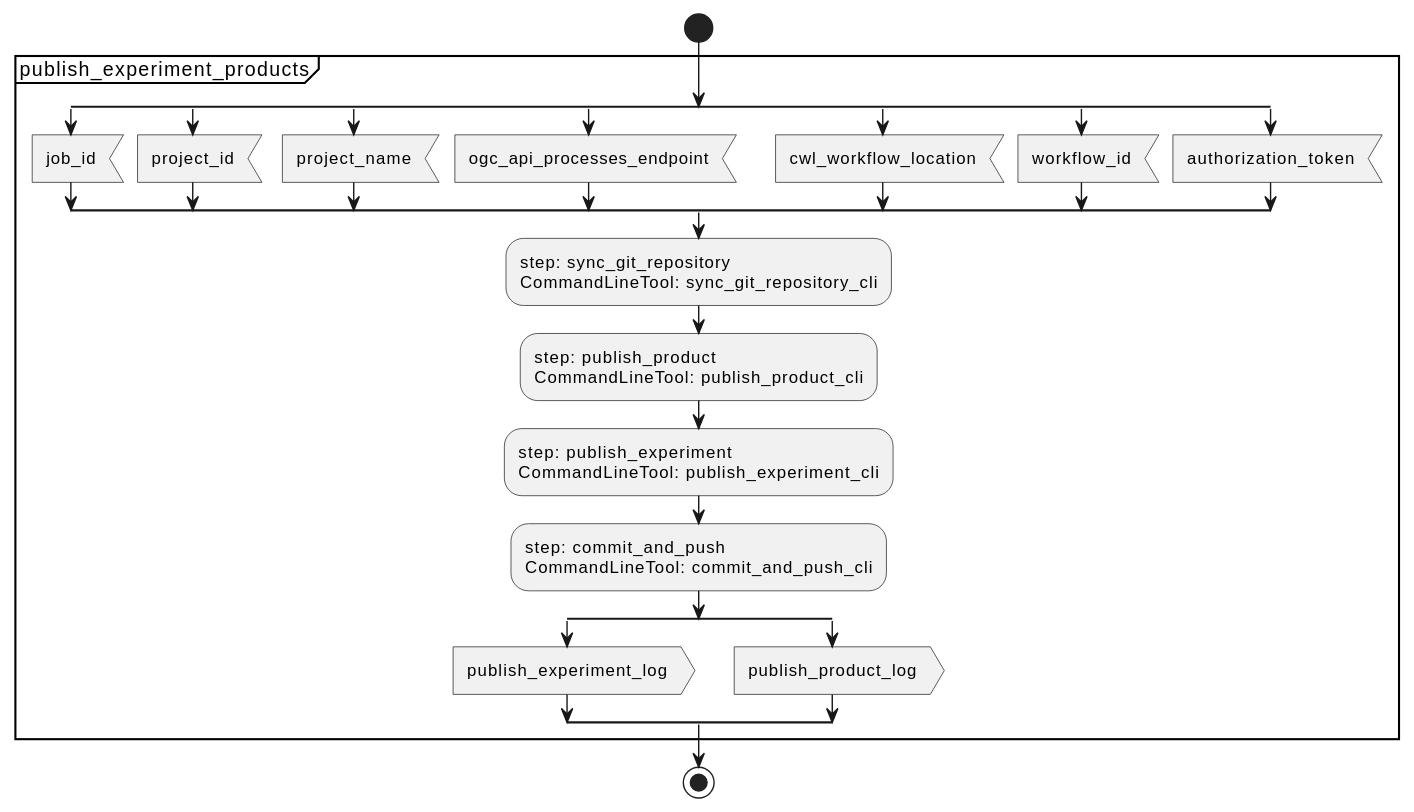
The PlantUML diagram docs/c4/components/workflow/publish_experiment_products/activity.svg in Terradue/osc-metadata-client, before a commit.
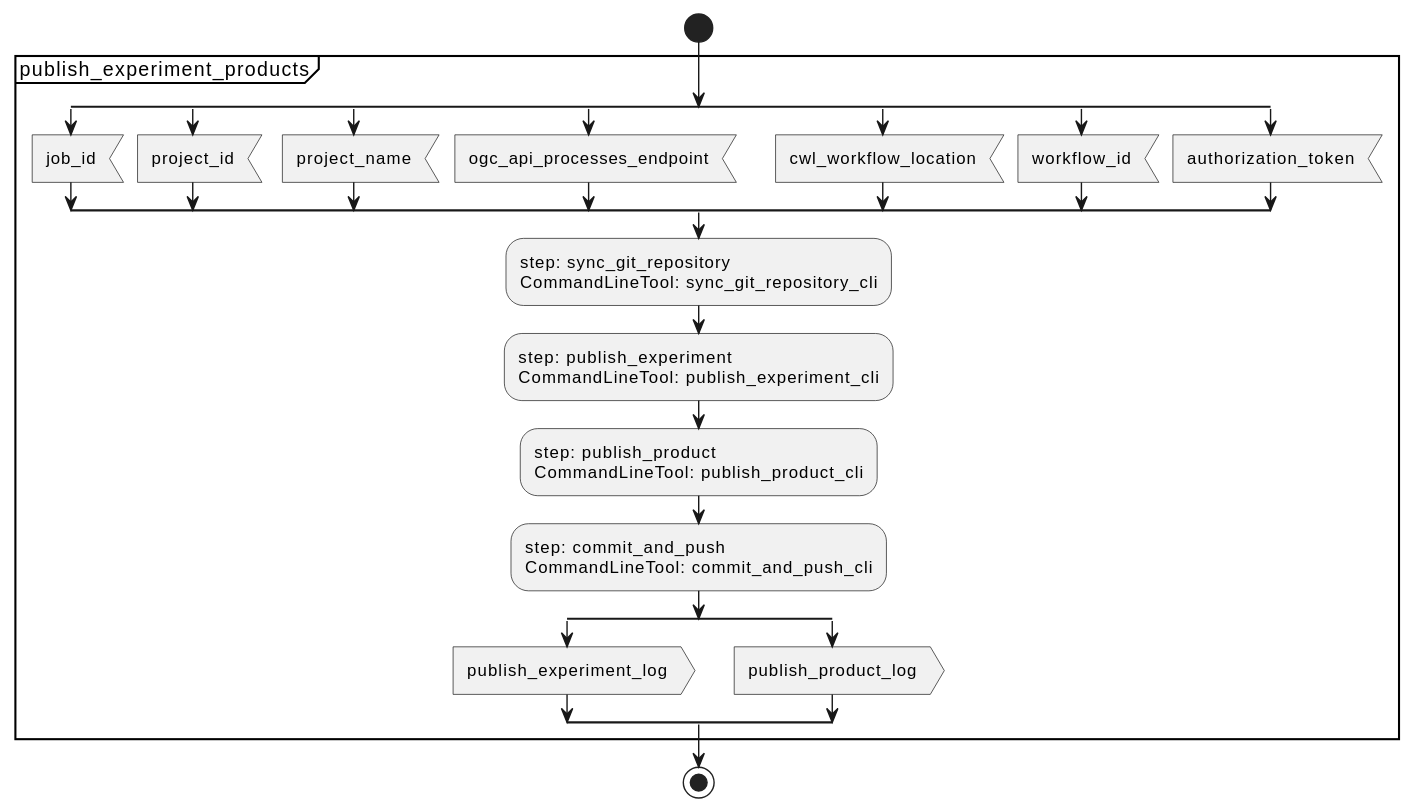
After the commit.

What changed in the source:
```diff
@@ -47,8 +47,8 @@
 
 
 
-:step: publish_product
-CommandLineTool: publish_product_cli;
+:step: publish_experiment
+CommandLineTool: publish_experiment_cli;
 
 
 
@@ -57,8 +57,8 @@
 
 
 
-:step: publish_experiment
-CommandLineTool: publish_experiment_cli;
+:step: publish_product
+CommandLineTool: publish_product_cli;
 
 
 
```
